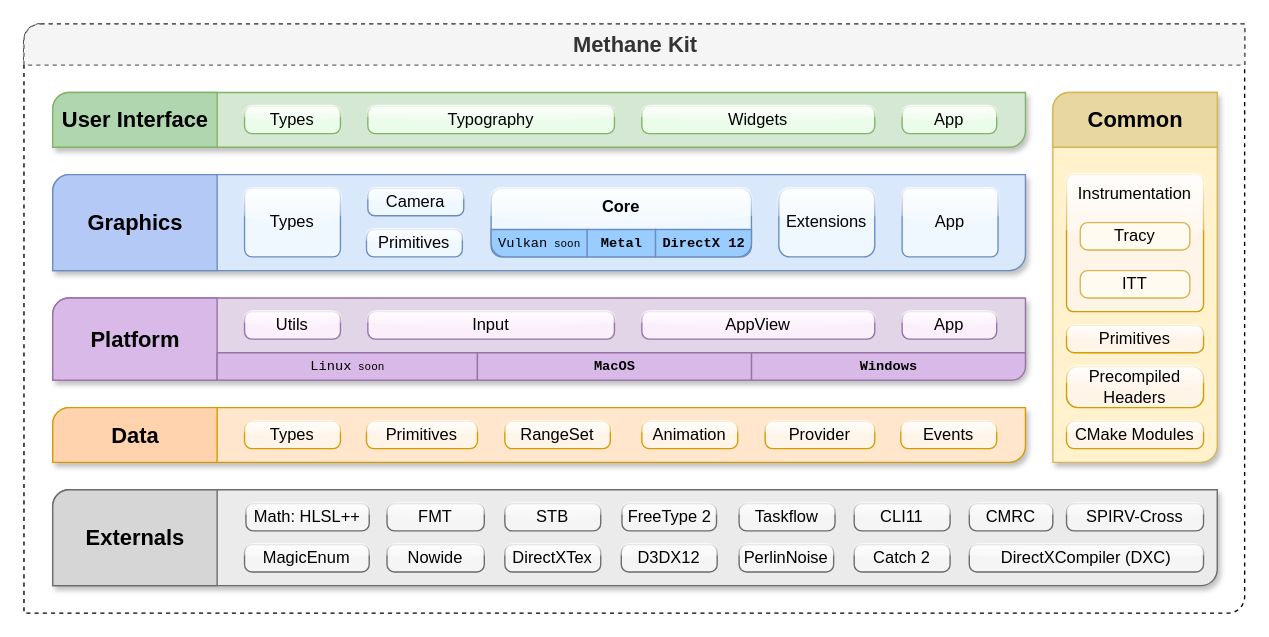
Earlier version of the draw.io diagram Docs/Diagrams/MethaneKit_HighLevel_Architecture.drawio (MethanePowered/MethaneKit). Source tidied: cells renumbered, new cells numbered last; positions are measured from the earlier drawing's top-left corner, leaving out a move shared by most shapes. Both pictures are drawn from the tidied source at 137%, with x=0, y=0 at pixel (23, 23).
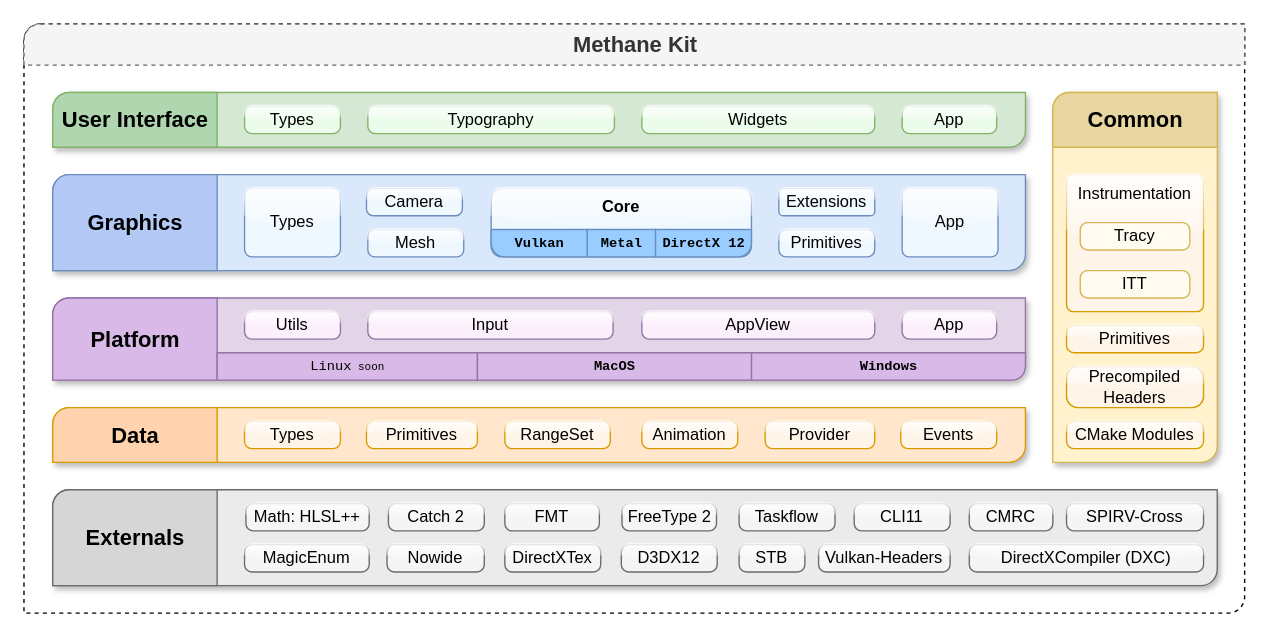
The same page after the edit.

Commit message (it also covers changes not shown here):
Update high-level architecture diagram

The change refers to these unchanged cells:
```xml
<mxCell id="56" style="group;" parent="1" vertex="1">
  <mxGeometry x="341" y="120" width="190" height="50" as="geometry" />
</mxCell>
```

Diff of the diagram source:
```diff
@@
     <mxCell id="5" value="Input" style="rounded=1;whiteSpace=wrap;html=1;strokeColor=#9673a6;arcSize=27;fillColor=#FCEFFC;glass=1;shadow=0;" parent="1" vertex="1">
-      <mxGeometry x="251" y="210" width="180" height="20" as="geometry" />
+      <mxGeometry x="251" y="210" width="179" height="20" as="geometry" />
     </mxCell>
@@
     <mxCell id="20" value="Primitives" style="rounded=1;whiteSpace=wrap;html=1;strokeColor=#6c8ebf;arcSize=27;fillColor=#F0F8FF;glass=1;shadow=0;" parent="1" vertex="1">
-      <mxGeometry x="250" y="150" width="70" height="20" as="geometry" />
+      <mxGeometry x="551" y="150" width="70" height="20" as="geometry" />
     </mxCell>
     <mxCell id="21" value="Camera" style="rounded=1;whiteSpace=wrap;html=1;strokeColor=#6c8ebf;arcSize=25;fillColor=#F0F8FF;glass=1;shadow=0;" parent="1" vertex="1">
-      <mxGeometry x="251" y="120" width="70" height="20" as="geometry" />
+      <mxGeometry x="250" y="120" width="70" height="20" as="geometry" />
     </mxCell>
@@
     <mxCell id="23" value="Extensions" style="rounded=1;whiteSpace=wrap;html=1;strokeColor=#6c8ebf;arcSize=16;fillColor=#F0F8FF;glass=1;shadow=0;" parent="1" vertex="1">
-      <mxGeometry x="551" y="120" width="70" height="50" as="geometry" />
+      <mxGeometry x="551" y="120" width="70" height="20" as="geometry" />
     </mxCell>
@@
     <mxCell id="42" value="FMT" style="rounded=1;whiteSpace=wrap;html=1;arcSize=27;glass=1;shadow=0;fillColor=#F5F5F5;strokeColor=#6B6B6B;" parent="1" vertex="1">
-      <mxGeometry x="265" y="350" width="71" height="20" as="geometry" />
+      <mxGeometry x="351" y="350" width="69" height="20" as="geometry" />
     </mxCell>
@@
     <mxCell id="49" value="STB" style="rounded=1;whiteSpace=wrap;html=1;arcSize=27;glass=1;shadow=0;fillColor=#F5F5F5;strokeColor=#6B6B6B;" parent="1" vertex="1">
-      <mxGeometry x="351" y="350" width="70" height="20" as="geometry" />
+      <mxGeometry x="522" y="380" width="48" height="20" as="geometry" />
     </mxCell>
     <mxCell id="50" value="Catch 2" style="rounded=1;whiteSpace=wrap;html=1;arcSize=27;glass=1;shadow=0;fillColor=#F5F5F5;strokeColor=#6B6B6B;" parent="1" vertex="1">
-      <mxGeometry x="606" y="380" width="70" height="20" as="geometry" />
+      <mxGeometry x="266" y="350" width="70" height="20" as="geometry" />
     </mxCell>
-    <mxCell id="51" value="PerlinNoise" style="rounded=1;whiteSpace=wrap;html=1;arcSize=27;glass=1;shadow=0;fillColor=#F5F5F5;strokeColor=#6B6B6B;" parent="1" vertex="1">
-      <mxGeometry x="522" y="380" width="69" height="20" as="geometry" />
+    <mxCell id="51" value="Vulkan-Headers&lt;br&gt;" style="rounded=1;whiteSpace=wrap;html=1;arcSize=27;glass=1;shadow=0;fillColor=#F5F5F5;strokeColor=#6B6B6B;" parent="1" vertex="1">
+      <mxGeometry x="580" y="380" width="96" height="20" as="geometry" />
     </mxCell>
@@
-    <mxCell id="60" value="Vulkan&lt;font style=&quot;font-size: 8px&quot;&gt;&amp;nbsp;&lt;span style=&quot;&quot;&gt;soon&lt;/span&gt;&lt;/font&gt;" style="verticalLabelPosition=middle;verticalAlign=middle;html=1;shape=mxgraph.basic.corner_round_rect;dx=6;align=center;labelPosition=center;fontSize=10;fontStyle=0;flipH=0;flipV=1;fontFamily=Courier New;strokeColor=#6C8EBF;fillColor=#99CCFF;" parent="56" vertex="1">
+    <mxCell id="60" value="&lt;b&gt;Vulkan&lt;/b&gt;" style="verticalLabelPosition=middle;verticalAlign=middle;html=1;shape=mxgraph.basic.corner_round_rect;dx=6;align=center;labelPosition=center;fontSize=10;fontStyle=0;flipH=0;flipV=1;fontFamily=Courier New;strokeColor=#6C8EBF;fillColor=#99CCFF;" parent="56" vertex="1">
       <mxGeometry y="30" width="70" height="20" as="geometry" />
     </mxCell>
@@
+    <mxCell id="64" value="Mesh" style="rounded=1;whiteSpace=wrap;html=1;strokeColor=#6c8ebf;arcSize=25;fillColor=#F0F8FF;glass=1;shadow=0;" parent="1" vertex="1">
+      <mxGeometry x="251" y="150" width="70" height="20" as="geometry" />
+    </mxCell>
```
